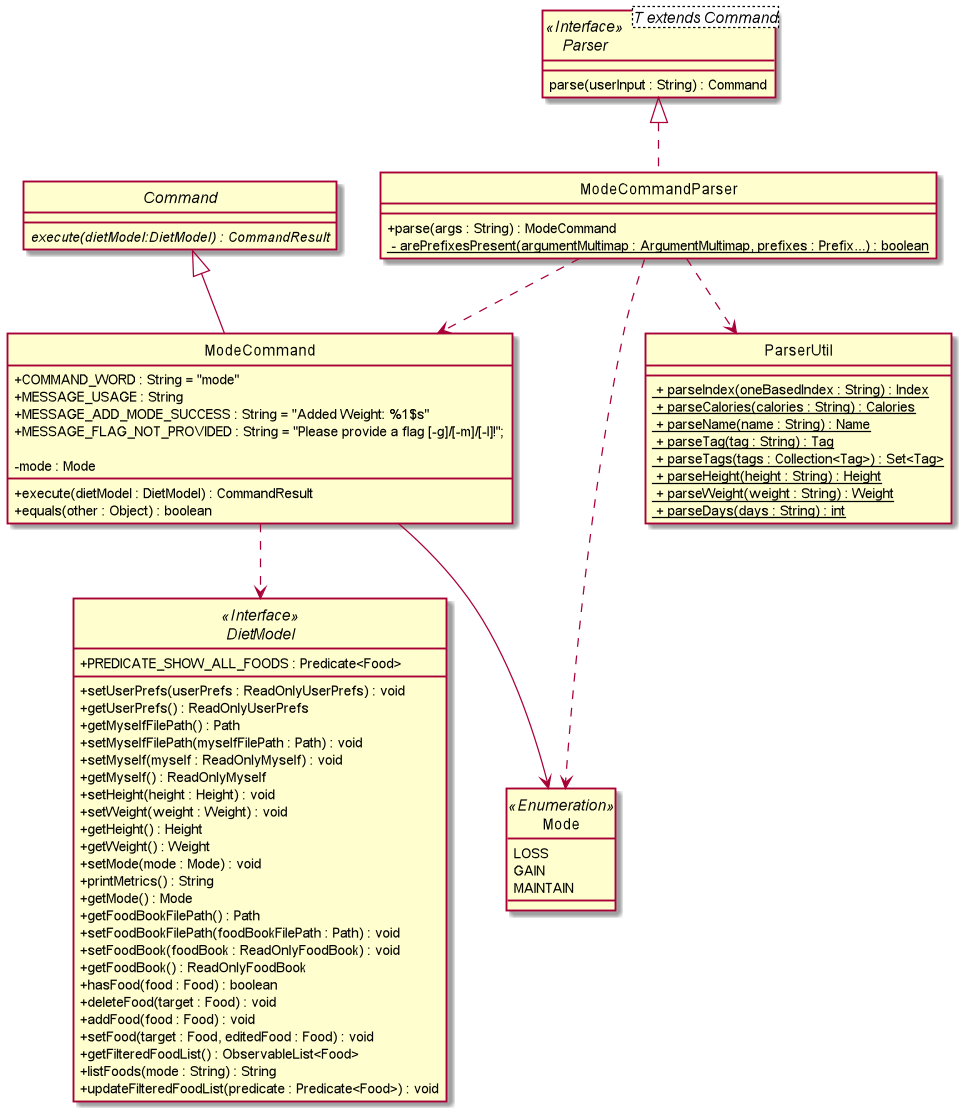
The PlantUML diagram images/DietTrackerModeCommandClassDiagram.png in AY1920S2-CS2103T-W13-1/main, before a commit. The source it was exported from:
```plantuml
@startuml

skinparam backgroundColor #ffffff
skinparam classAttributeIconSize 0
hide circle

class ModeCommandParser implements Parser {
    + parse(args : String) : ModeCommand
    <u> - arePrefixesPresent(argumentMultimap : ArgumentMultimap, prefixes : Prefix...) : boolean
}

interface Parser<T extends Command> <<Interface>> {
    parse(userInput : String) : Command
}

abstract class Command {
    {abstract} execute(dietModel:DietModel) : CommandResult
}

class ModeCommand extends Command {
    + COMMAND_WORD : String = "mode"
    + MESSAGE_USAGE : String
    + MESSAGE_ADD_MODE_SUCCESS : String = "Added Weight: %1$s"
    + MESSAGE_FLAG_NOT_PROVIDED : String = "Please provide a flag [-g]/[-m]/[-l]!";

    - mode : Mode

    + execute(dietModel : DietModel) : CommandResult
    + equals(other : Object) : boolean

}

interface DietModel <<Interface>> {
    + PREDICATE_SHOW_ALL_FOODS : Predicate<Food>

    + setUserPrefs(userPrefs : ReadOnlyUserPrefs) : void
    + getUserPrefs() : ReadOnlyUserPrefs
    + getMyselfFilePath() : Path
    + setMyselfFilePath(myselfFilePath : Path) : void
    + setMyself(myself : ReadOnlyMyself) : void
    + getMyself() : ReadOnlyMyself
    + setHeight(height : Height) : void
    + setWeight(weight : Weight) : void
    + getHeight() : Height
    + getWeight() : Weight
    + setMode(mode : Mode) : void
    + printMetrics() : String
    + getMode() : Mode
    + getFoodBookFilePath() : Path
    + setFoodBookFilePath(foodBookFilePath : Path) : void
    + setFoodBook(foodBook : ReadOnlyFoodBook) : void
    + getFoodBook() : ReadOnlyFoodBook
    + hasFood(food : Food) : boolean
    + deleteFood(target : Food) : void
    + addFood(food : Food) : void
    + setFood(target : Food, editedFood : Food) : void
    + getFilteredFoodList() : ObservableList<Food>
    + listFoods(mode : String) : String
    + updateFilteredFoodList(predicate : Predicate<Food>) : void
}

enum Mode <<Enumeration>> {
    LOSS
    GAIN
    MAINTAIN
}

class ParserUtil {
    <u> + parseIndex(oneBasedIndex : String) : Index
    <u> + parseCalories(calories : String) : Calories
    <u> + parseName(name : String) : Name
    <u> + parseTag(tag : String) : Tag
    <u> + parseTags(tags : Collection<Tag>) : Set<Tag>
    <u> + parseHeight(height : String) : Height
    <u> + parseWeight(weight : String) : Weight
    <u> + parseDays(days : String) : int
}

ModeCommand ..> DietModel
ModeCommandParser ..> ModeCommand
ModeCommandParser ..> Mode
ModeCommandParser ..> ParserUtil
ModeCommand --> Mode



@enduml
```
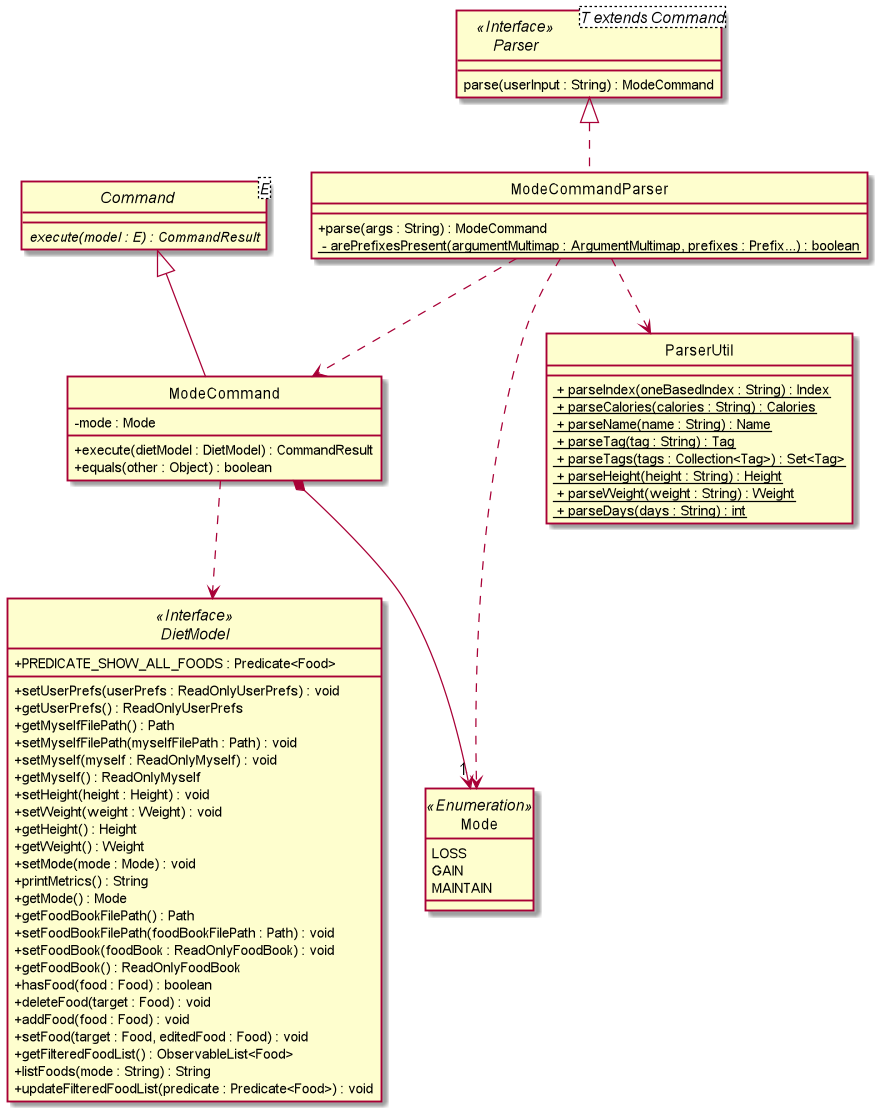
After the change.

The edit, as a diff of the source:
```diff
@@ -10,19 +10,14 @@
 }
 
 interface Parser<T extends Command> <<Interface>> {
-    parse(userInput : String) : Command
+    parse(userInput : String) : ModeCommand
 }
 
-abstract class Command {
-    {abstract} execute(dietModel:DietModel) : CommandResult
+abstract class Command<E> {
+    {abstract} execute(model : E) : CommandResult
 }
 
 class ModeCommand extends Command {
-    + COMMAND_WORD : String = "mode"
-    + MESSAGE_USAGE : String
-    + MESSAGE_ADD_MODE_SUCCESS : String = "Added Weight: %1$s"
-    + MESSAGE_FLAG_NOT_PROVIDED : String = "Please provide a flag [-g]/[-m]/[-l]!";
-
     - mode : Mode
 
     + execute(dietModel : DietModel) : CommandResult
@@ -80,7 +75,7 @@
 ModeCommandParser ..> ModeCommand
 ModeCommandParser ..> Mode
 ModeCommandParser ..> ParserUtil
-ModeCommand --> Mode
+ModeCommand *--> "1" Mode
 
 
 
```
